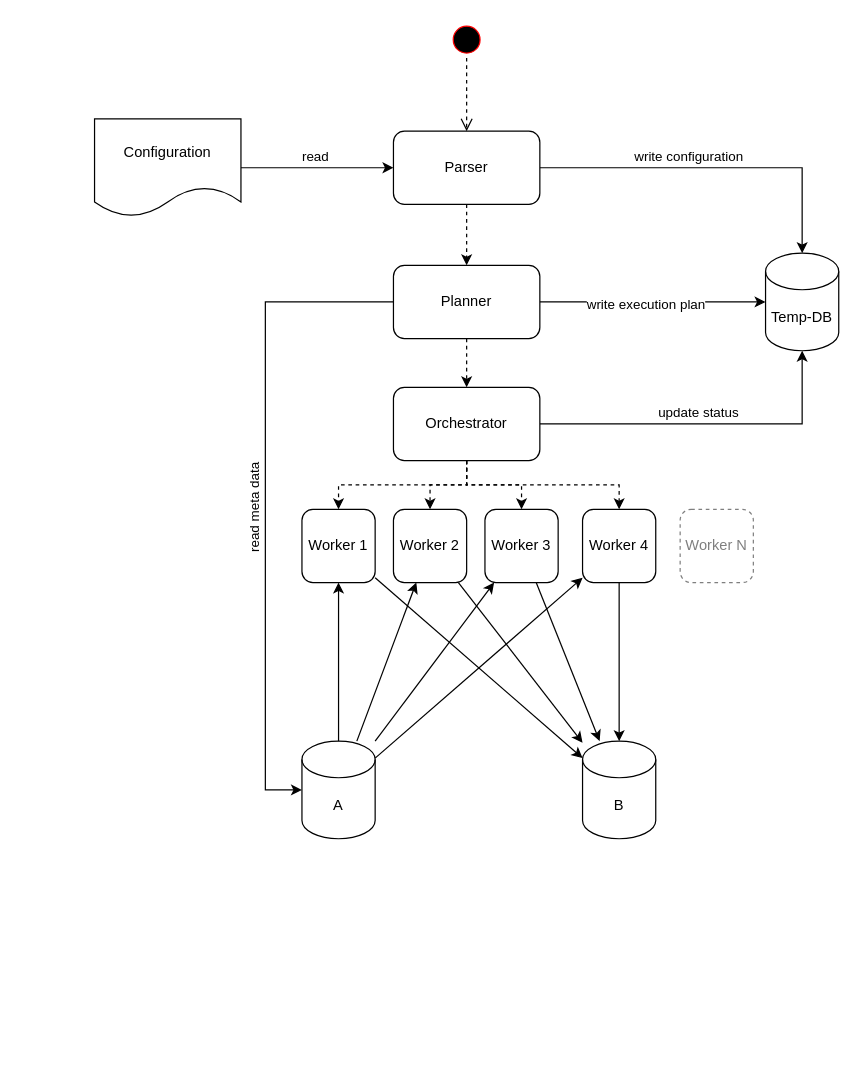
Before: docs/images/architecture.drawio in credativ/credativ-pg-migrator, a draw.io diagram. Source tidied: cells renumbered, new cells numbered last; positions are measured from the earlier drawing's top-left corner, leaving out a move shared by most shapes. Both pictures are drawn from the tidied source at 122%, with x=0, y=0 at pixel (94, 21).
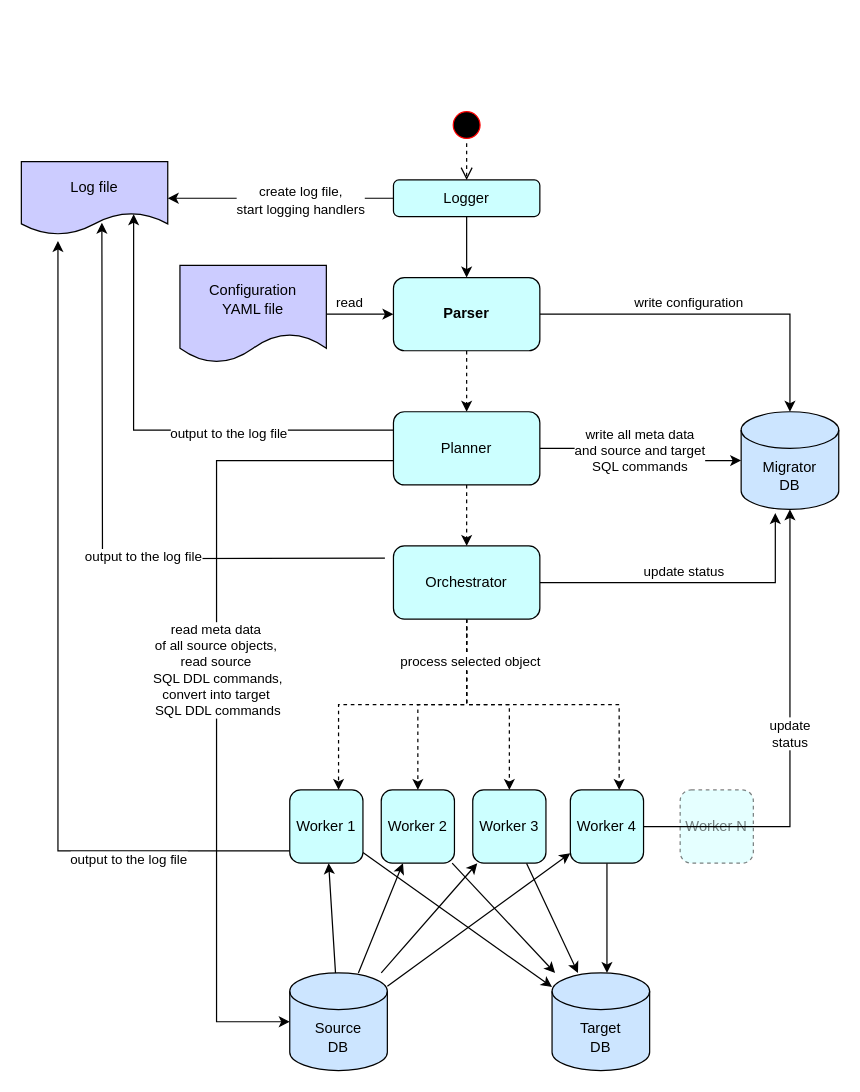
Above is the later version.

Commit message (it also covers changes not shown here):
updated architecture schema

Unchanged cells that the change refers to:
```xml
<mxCell id="14" style="edgeStyle=orthogonalEdgeStyle;rounded=0;jettySize=auto;html=1;" parent="1" edge="1" source="19" target="39">
  <mxGeometry relative="1" as="geometry" />
</mxCell>
```

The edit, as a diff of the source:
```diff
@@
-    <mxCell id="5" value="A" style="shape=cylinder3;whiteSpace=wrap;html=1;boundedLbl=1;backgroundOutline=1;size=15;" parent="1" vertex="1">
-      <mxGeometry x="170" y="590" width="60" height="80" as="geometry" />
+    <mxCell id="5" value="Source&lt;div&gt;DB&lt;/div&gt;" style="shape=cylinder3;whiteSpace=wrap;html=1;boundedLbl=1;backgroundOutline=1;size=15;fillColor=#CCE5FF;" parent="1" vertex="1">
+      <mxGeometry x="160" y="780" width="80" height="80" as="geometry" />
     </mxCell>
-    <mxCell id="6" value="B" style="shape=cylinder3;whiteSpace=wrap;html=1;boundedLbl=1;backgroundOutline=1;size=15;" parent="1" vertex="1">
-      <mxGeometry x="400" y="590" width="60" height="80" as="geometry" />
+    <mxCell id="6" value="Target&lt;div&gt;DB&lt;/div&gt;" style="shape=cylinder3;whiteSpace=wrap;html=1;boundedLbl=1;backgroundOutline=1;size=15;fillColor=#CCE5FF;" parent="1" vertex="1">
+      <mxGeometry x="375" y="780" width="80" height="80" as="geometry" />
     </mxCell>
@@
-    <mxCell id="9" value="Configuration" style="shape=document;whiteSpace=wrap;html=1;boundedLbl=1;" parent="1" vertex="1">
-      <mxGeometry y="80" width="120" height="80" as="geometry" />
+    <mxCell id="9" value="Configuration&lt;div&gt;YAML file&lt;/div&gt;" style="shape=document;whiteSpace=wrap;html=1;boundedLbl=1;fillColor=#CCCCFF;" parent="1" vertex="1">
+      <mxGeometry x="70" y="200" width="120" height="80" as="geometry" />
     </mxCell>
@@
-    <mxCell id="13" value="Parser" style="rounded=1;whiteSpace=wrap;html=1;" parent="1" vertex="1">
-      <mxGeometry x="245" y="90" width="120" height="60" as="geometry" />
+    <mxCell id="13" value="Parser" style="rounded=1;whiteSpace=wrap;html=1;fontStyle=1;fillColor=#CCFFFF;" parent="1" vertex="1">
+      <mxGeometry x="245" y="210" width="120" height="60" as="geometry" />
     </mxCell>
@@
-    <mxCell id="15" value="write execution plan" style="edgeLabel;html=1;align=center;verticalAlign=middle;" parent="14" vertex="1">
+    <mxCell id="15" value="write all meta data&lt;div&gt;and source and target&lt;/div&gt;&lt;div&gt;SQL commands&lt;/div&gt;" style="edgeLabel;html=1;align=center;verticalAlign=middle;" parent="14" vertex="1">
       <mxGeometry x="-0.07" y="-1" relative="1" as="geometry" />
     </mxCell>
@@
-    <mxCell id="17" style="edgeStyle=orthogonalEdgeStyle;rounded=0;jettySize=auto;html=1;" parent="1" edge="1" source="19" target="5">
+    <mxCell id="17" style="edgeStyle=orthogonalEdgeStyle;rounded=0;jettySize=auto;html=1;entryX=0;entryY=0.5;entryDx=0;entryDy=0;entryPerimeter=0;" parent="1" edge="1" source="19" target="5">
       <mxGeometry relative="1" as="geometry">
         <Array as="points">
-          <mxPoint x="140" y="230" />
-          <mxPoint x="140" y="630" />
+          <mxPoint x="100" y="360" />
+          <mxPoint x="100" y="820" />
         </Array>
       </mxGeometry>
     </mxCell>
-    <mxCell id="18" value="read meta data" style="edgeLabel;html=1;align=center;verticalAlign=middle;rotation=270;" parent="17" vertex="1">
+    <mxCell id="18" value="read meta data&amp;nbsp;&lt;div&gt;of all source objects,&amp;nbsp;&lt;div&gt;read source&amp;nbsp;&lt;/div&gt;&lt;div&gt;SQL DDL commands,&lt;br&gt;convert into target&amp;nbsp;&lt;/div&gt;&lt;div&gt;SQL DDL commands&lt;/div&gt;&lt;/div&gt;" style="edgeLabel;html=1;align=center;verticalAlign=middle;rotation=0;" parent="17" vertex="1">
       <mxGeometry x="0.03" y="1" relative="1" as="geometry">
-        <mxPoint x="-11" y="-1" as="offset" />
+        <mxPoint x="-1" y="-26" as="offset" />
       </mxGeometry>
     </mxCell>
-    <mxCell id="19" value="Planner" style="rounded=1;whiteSpace=wrap;html=1;" parent="1" vertex="1">
-      <mxGeometry x="245" y="200" width="120" height="60" as="geometry" />
+    <mxCell id="19" value="Planner" style="rounded=1;whiteSpace=wrap;html=1;fillColor=#CCFFFF;" parent="1" vertex="1">
+      <mxGeometry x="245" y="320" width="120" height="60" as="geometry" />
     </mxCell>
-    <mxCell id="20" style="edgeStyle=orthogonalEdgeStyle;rounded=0;jettySize=auto;html=1;startArrow=none;startFill=0;" parent="1" edge="1" source="26" target="39">
+    <mxCell id="20" style="edgeStyle=orthogonalEdgeStyle;rounded=0;jettySize=auto;html=1;startArrow=none;startFill=0;entryX=0.35;entryY=1.038;entryDx=0;entryDy=0;entryPerimeter=0;" parent="1" edge="1" source="26" target="39">
       <mxGeometry relative="1" as="geometry" />
     </mxCell>
@@
     <mxCell id="22" style="edgeStyle=orthogonalEdgeStyle;rounded=0;jettySize=auto;html=1;dashed=1;" parent="1" edge="1" source="26" target="29">
       <mxGeometry relative="1" as="geometry">
         <Array as="points">
-          <mxPoint x="305" y="380" />
-          <mxPoint x="200" y="380" />
+          <mxPoint x="305" y="560" />
+          <mxPoint x="200" y="560" />
         </Array>
       </mxGeometry>
     </mxCell>
@@
     <mxCell id="25" style="edgeStyle=orthogonalEdgeStyle;rounded=0;jettySize=auto;html=1;dashed=1;" parent="1" edge="1" source="26" target="35">
       <mxGeometry relative="1" as="geometry">
         <Array as="points">
-          <mxPoint x="305" y="380" />
-          <mxPoint x="430" y="380" />
+          <mxPoint x="305" y="560" />
+          <mxPoint x="430" y="560" />
         </Array>
       </mxGeometry>
     </mxCell>
+    <mxCell id="40" value="process selected object" style="edgeLabel;html=1;align=center;verticalAlign=middle;" parent="25" vertex="1">
+      <mxGeometry x="-0.74" y="2" relative="1" as="geometry" />
+    </mxCell>
-    <mxCell id="26" value="Orchestrator" style="rounded=1;whiteSpace=wrap;html=1;" parent="1" vertex="1">
-      <mxGeometry x="245" y="300" width="120" height="60" as="geometry" />
+    <mxCell id="26" value="Orchestrator" style="rounded=1;whiteSpace=wrap;html=1;fillColor=#CCFFFF;" parent="1" vertex="1">
+      <mxGeometry x="245" y="430" width="120" height="60" as="geometry" />
     </mxCell>
@@
+    <mxCell id="41" style="edgeStyle=orthogonalEdgeStyle;rounded=0;jettySize=auto;html=1;" parent="1" edge="1" source="29">
+      <mxGeometry relative="1" as="geometry">
+        <mxPoint x="-30" y="180" as="targetPoint" />
+        <Array as="points">
+          <mxPoint x="-30" y="680" />
+        </Array>
+      </mxGeometry>
+    </mxCell>
+    <mxCell id="42" value="output to the log file" style="edgeLabel;html=1;align=center;verticalAlign=middle;" parent="41" vertex="1">
+      <mxGeometry x="-0.42" y="2" relative="1" as="geometry">
+        <mxPoint x="59" y="16" as="offset" />
+      </mxGeometry>
+    </mxCell>
-    <mxCell id="29" value="Worker 1" style="rounded=1;whiteSpace=wrap;html=1;" parent="1" vertex="1">
-      <mxGeometry x="170" y="400" width="60" height="60" as="geometry" />
+    <mxCell id="29" value="Worker 1" style="rounded=1;whiteSpace=wrap;html=1;fillColor=#CCFFFF;" parent="1" vertex="1">
+      <mxGeometry x="160" y="630" width="60" height="60" as="geometry" />
     </mxCell>
@@
-    <mxCell id="31" value="Worker 2" style="rounded=1;whiteSpace=wrap;html=1;" parent="1" vertex="1">
-      <mxGeometry x="245" y="400" width="60" height="60" as="geometry" />
+    <mxCell id="31" value="Worker 2" style="rounded=1;whiteSpace=wrap;html=1;fillColor=#CCFFFF;" parent="1" vertex="1">
+      <mxGeometry x="235" y="630" width="60" height="60" as="geometry" />
     </mxCell>
@@
-    <mxCell id="33" value="Worker 3" style="rounded=1;whiteSpace=wrap;html=1;" parent="1" vertex="1">
-      <mxGeometry x="320" y="400" width="60" height="60" as="geometry" />
+    <mxCell id="33" value="Worker 3" style="rounded=1;whiteSpace=wrap;html=1;fillColor=#CCFFFF;" parent="1" vertex="1">
+      <mxGeometry x="310" y="630" width="60" height="60" as="geometry" />
     </mxCell>
-    <mxCell id="34" style="edgeStyle=orthogonalEdgeStyle;rounded=0;jettySize=auto;html=1;" parent="1" edge="1" source="35" target="6">
-      <mxGeometry relative="1" as="geometry" />
+    <mxCell id="34" style="edgeStyle=orthogonalEdgeStyle;rounded=0;jettySize=auto;html=1;" parent="1" edge="1" source="35">
+      <mxGeometry relative="1" as="geometry">
+        <mxPoint x="420" y="780" as="targetPoint" />
+      </mxGeometry>
     </mxCell>
-    <mxCell id="35" value="Worker 4" style="rounded=1;whiteSpace=wrap;html=1;" parent="1" vertex="1">
-      <mxGeometry x="400" y="400" width="60" height="60" as="geometry" />
+    <mxCell id="35" value="Worker 4" style="rounded=1;whiteSpace=wrap;html=1;fillColor=#CCFFFF;" parent="1" vertex="1">
+      <mxGeometry x="390" y="630" width="60" height="60" as="geometry" />
     </mxCell>
-    <mxCell id="36" value="Worker N" style="rounded=1;whiteSpace=wrap;html=1;dashed=1;opacity=50;textOpacity=50;" parent="1" vertex="1">
-      <mxGeometry x="480" y="400" width="60" height="60" as="geometry" />
+    <mxCell id="36" value="Worker N" style="rounded=1;whiteSpace=wrap;html=1;dashed=1;opacity=50;textOpacity=50;fillColor=#CCFFFF;" parent="1" vertex="1">
+      <mxGeometry x="480" y="630" width="60" height="60" as="geometry" />
     </mxCell>
     <mxCell id="37" style="ellipse;html=1;shape=startState;fillColor=#000000;strokeColor=#ff0000;" parent="1" vertex="1">
-      <mxGeometry x="290" width="30" height="30" as="geometry" />
+      <mxGeometry x="290" y="70" width="30" height="30" as="geometry" />
     </mxCell>
-    <mxCell id="38" style="edgeStyle=orthogonalEdgeStyle;html=1;verticalAlign=bottom;endArrow=open;endSize=8;strokeColor=#000000;rounded=0;dashed=1;" parent="1" edge="1" source="37" target="13">
+    <mxCell id="38" style="edgeStyle=orthogonalEdgeStyle;html=1;verticalAlign=bottom;endArrow=open;endSize=8;strokeColor=#000000;rounded=0;dashed=1;entryX=0.5;entryY=0;entryDx=0;entryDy=0;" parent="1" edge="1" source="37" target="46">
       <mxGeometry relative="1" as="geometry" />
     </mxCell>
-    <mxCell id="39" value="Temp-DB" style="shape=cylinder3;whiteSpace=wrap;html=1;boundedLbl=1;backgroundOutline=1;size=15;" parent="1" vertex="1">
-      <mxGeometry x="550" y="190" width="60" height="80" as="geometry" />
+    <mxCell id="39" value="Migrator&lt;div&gt;DB&lt;br&gt;&lt;/div&gt;" style="shape=cylinder3;whiteSpace=wrap;html=1;boundedLbl=1;backgroundOutline=1;size=15;fillColor=#CCE5FF;" parent="1" vertex="1">
+      <mxGeometry x="530" y="320" width="80" height="80" as="geometry" />
     </mxCell>
+    <mxCell id="43" style="edgeStyle=orthogonalEdgeStyle;rounded=0;jettySize=auto;html=1;entryX=0.5;entryY=1;entryDx=0;entryDy=0;entryPerimeter=0;" parent="1" edge="1" source="35" target="39">
+      <mxGeometry relative="1" as="geometry" />
+    </mxCell>
+    <mxCell id="44" value="update &lt;br&gt;status" style="edgeLabel;html=1;align=center;verticalAlign=middle;" parent="43" vertex="1">
+      <mxGeometry x="-0.07" y="-1" relative="1" as="geometry">
+        <mxPoint x="-2" y="-20" as="offset" />
+      </mxGeometry>
+    </mxCell>
+    <mxCell id="45" style="edgeStyle=orthogonalEdgeStyle;rounded=0;jettySize=auto;html=1;" parent="1" edge="1" source="46" target="13">
+      <mxGeometry relative="1" as="geometry" />
+    </mxCell>
+    <mxCell id="46" value="Logger" style="rounded=1;whiteSpace=wrap;html=1;fillColor=#CCFFFF;" parent="1" vertex="1">
+      <mxGeometry x="245" y="130" width="120" height="30" as="geometry" />
+    </mxCell>
+    <mxCell id="47" value="Log file" style="shape=document;whiteSpace=wrap;html=1;boundedLbl=1;fillColor=#CCCCFF;" parent="1" vertex="1">
+      <mxGeometry x="-60" y="115" width="120" height="60" as="geometry" />
+    </mxCell>
+    <mxCell id="48" style="edgeStyle=orthogonalEdgeStyle;rounded=0;jettySize=auto;html=1;entryX=1;entryY=0.5;entryDx=0;entryDy=0;" parent="1" edge="1" source="46" target="47">
+      <mxGeometry relative="1" as="geometry" />
+    </mxCell>
+    <mxCell id="49" value="create log file,&lt;div&gt;start logging handlers&lt;/div&gt;" style="edgeLabel;html=1;align=center;verticalAlign=middle;" parent="48" vertex="1">
+      <mxGeometry x="-0.17" y="1" relative="1" as="geometry" />
+    </mxCell>
+    <mxCell id="50" style="edgeStyle=orthogonalEdgeStyle;rounded=0;jettySize=auto;html=1;entryX=0.767;entryY=0.717;entryDx=0;entryDy=0;entryPerimeter=0;exitX=0;exitY=0.25;exitDx=0;exitDy=0;" parent="1" edge="1" source="19" target="47">
+      <mxGeometry relative="1" as="geometry" />
+    </mxCell>
+    <mxCell id="51" value="output to the log file" style="edgeLabel;html=1;align=center;verticalAlign=middle;" parent="50" vertex="1">
+      <mxGeometry x="-0.3" y="2" relative="1" as="geometry" />
+    </mxCell>
+    <mxCell id="52" style="edgeStyle=orthogonalEdgeStyle;rounded=0;orthogonalLoop=1;jettySize=auto;html=1;entryX=0.567;entryY=0.833;entryDx=0;entryDy=0;entryPerimeter=0;" parent="1" edge="1">
+      <mxGeometry relative="1" as="geometry">
+        <mxPoint x="238" y="440" as="sourcePoint" />
+        <mxPoint x="6" y="165" as="targetPoint" />
+      </mxGeometry>
+    </mxCell>
+    <mxCell id="53" value="output to the log file" style="edgeLabel;html=1;align=center;verticalAlign=middle;" parent="52" vertex="1">
+      <mxGeometry x="-0.17" y="-2" relative="1" as="geometry">
+        <mxPoint x="12" as="offset" />
+      </mxGeometry>
+    </mxCell>
```
